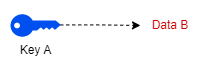
This is readme-images/dotted arrow example.drawio.png from damienmaier/encrypted-vault, a draw.io export, as it was before one commit. Source tidied: cells renumbered, new cells last; positions are measured from the earlier drawing's top-left corner, leaving out a move shared by most shapes.
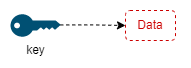
Above is the later version.

What changed in the source:
```diff
@@ -2,14 +2,17 @@
   <root>
     <mxCell id="0" />
     <mxCell id="1" parent="0" />
-    <mxCell id="2" style="edgeStyle=orthogonalEdgeStyle;rounded=0;jettySize=auto;html=1;entryX=0;entryY=0.5;entryDx=0;entryDy=0;exitX=0.995;exitY=0.475;exitDx=0;exitDy=0;exitPerimeter=0;dashed=1;" parent="1" edge="1" source="4" target="3">
+    <mxCell id="2" style="edgeStyle=orthogonalEdgeStyle;rounded=0;jettySize=auto;html=1;entryX=0;entryY=0.5;entryDx=0;entryDy=0;exitX=0.995;exitY=0.475;exitDx=0;exitDy=0;exitPerimeter=0;dashed=1;" parent="1" edge="1" source="4" target="5">
       <mxGeometry relative="1" as="geometry" />
     </mxCell>
-    <mxCell id="3" value="&lt;font color=&quot;#cc0000&quot;&gt;Data B&lt;/font&gt;" style="text;html=1;strokeColor=none;fillColor=none;align=center;verticalAlign=middle;whiteSpace=wrap;rounded=0;" parent="1" vertex="1">
+    <mxCell id="3" value="&lt;font color=&quot;#cc0000&quot;&gt;Data&lt;/font&gt;" style="text;html=1;strokeColor=none;fillColor=none;align=center;verticalAlign=middle;whiteSpace=wrap;rounded=0;" parent="1" vertex="1">
       <mxGeometry x="130" width="60" height="30" as="geometry" />
     </mxCell>
-    <mxCell id="4" value="&lt;font color=&quot;#000000&quot;&gt;Key A&lt;/font&gt;" style="points=[[0,0.5,0],[0.24,0,0],[0.5,0.28,0],[0.995,0.475,0],[0.5,0.72,0],[0.24,1,0]];verticalLabelPosition=bottom;sketch=0;html=1;verticalAlign=top;align=center;shape=mxgraph.cisco19.key;fillColor=#0050ef;strokeColor=#001DBC;fontColor=#ffffff;" parent="1" vertex="1">
-      <mxGeometry y="3.8" width="50" height="22.5" as="geometry" />
+    <mxCell id="4" value="&lt;font color=&quot;#000000&quot;&gt;key&lt;/font&gt;" style="points=[[0,0.5,0],[0.24,0,0],[0.5,0.28,0],[0.995,0.475,0],[0.5,0.72,0],[0.24,1,0]];verticalLabelPosition=bottom;sketch=0;html=1;verticalAlign=top;align=center;shape=mxgraph.cisco19.key;fillColor=#005073;strokeColor=#001DBC;fontColor=#ffffff;" parent="1" vertex="1">
+      <mxGeometry x="20" y="3.8" width="50" height="22.5" as="geometry" />
     </mxCell>
+    <mxCell id="5" style="rounded=1;whiteSpace=wrap;html=1;fillColor=none;dashed=1;strokeColor=#CC0000;" parent="1" vertex="1">
+      <mxGeometry x="135" width="50" height="30" as="geometry" />
+    </mxCell>
   </root>
 </mxGraphModel>
```
